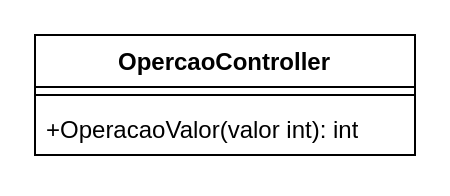
Before: Aula5(excecoes)/Exercicio3_NumPositivo/Exercicio3_NumPositivo.drawio in Pedrh/POO, a draw.io diagram. Source tidied: cells renumbered, new cells numbered last; positions are measured from the earlier drawing's top-left corner, leaving out a move shared by most shapes. Both pictures are drawn from the tidied source at 200%, with x=0, y=0 at pixel (34, 34).
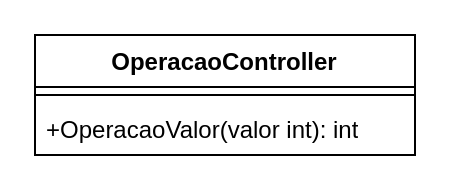
After the change.

The edit, as a diff of the source:
```diff
@@
 <mxGraphModel>
   <root>
     <mxCell id="0" />
     <mxCell id="1" parent="0" />
-    <mxCell id="2" value="OpercaoController" style="swimlane;fontStyle=1;align=center;verticalAlign=top;horizontal=1;startSize=26;whiteSpace=wrap;html=1;" parent="1" vertex="1">
+    <mxCell id="2" value="OperacaoController" style="swimlane;fontStyle=1;align=center;verticalAlign=top;horizontal=1;startSize=26;whiteSpace=wrap;html=1;" parent="1" vertex="1">
       <mxGeometry width="190" height="60" as="geometry" />
     </mxCell>
     <mxCell id="3" style="line;strokeWidth=1;fillColor=none;align=left;verticalAlign=middle;spacingTop=-1;spacingLeft=3;spacingRight=3;labelPosition=right;strokeColor=inherit;" parent="2" vertex="1">
       <mxGeometry y="26" width="190" height="8" as="geometry" />
     </mxCell>
     <mxCell id="4" value="+OperacaoValor(valor int): int" style="text;strokeColor=none;fillColor=none;align=left;verticalAlign=top;spacingLeft=4;spacingRight=4;overflow=hidden;whiteSpace=wrap;html=1;" parent="2" vertex="1">
       <mxGeometry y="34" width="190" height="26" as="geometry" />
     </mxCell>
   </root>
 </mxGraphModel>
```
